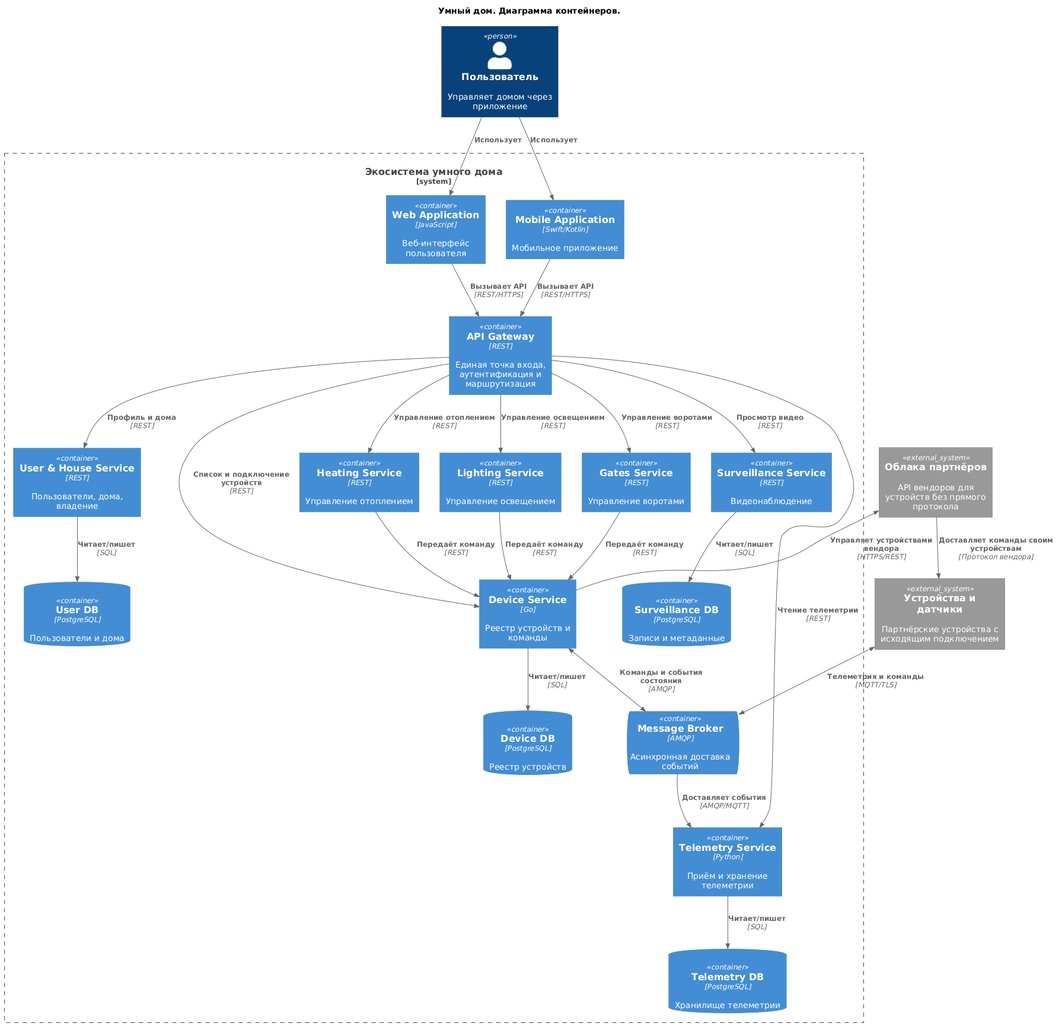
Above: docs/containers.png in navartis/s1-architecture-pro-warmhouse (PlantUML), before the change.
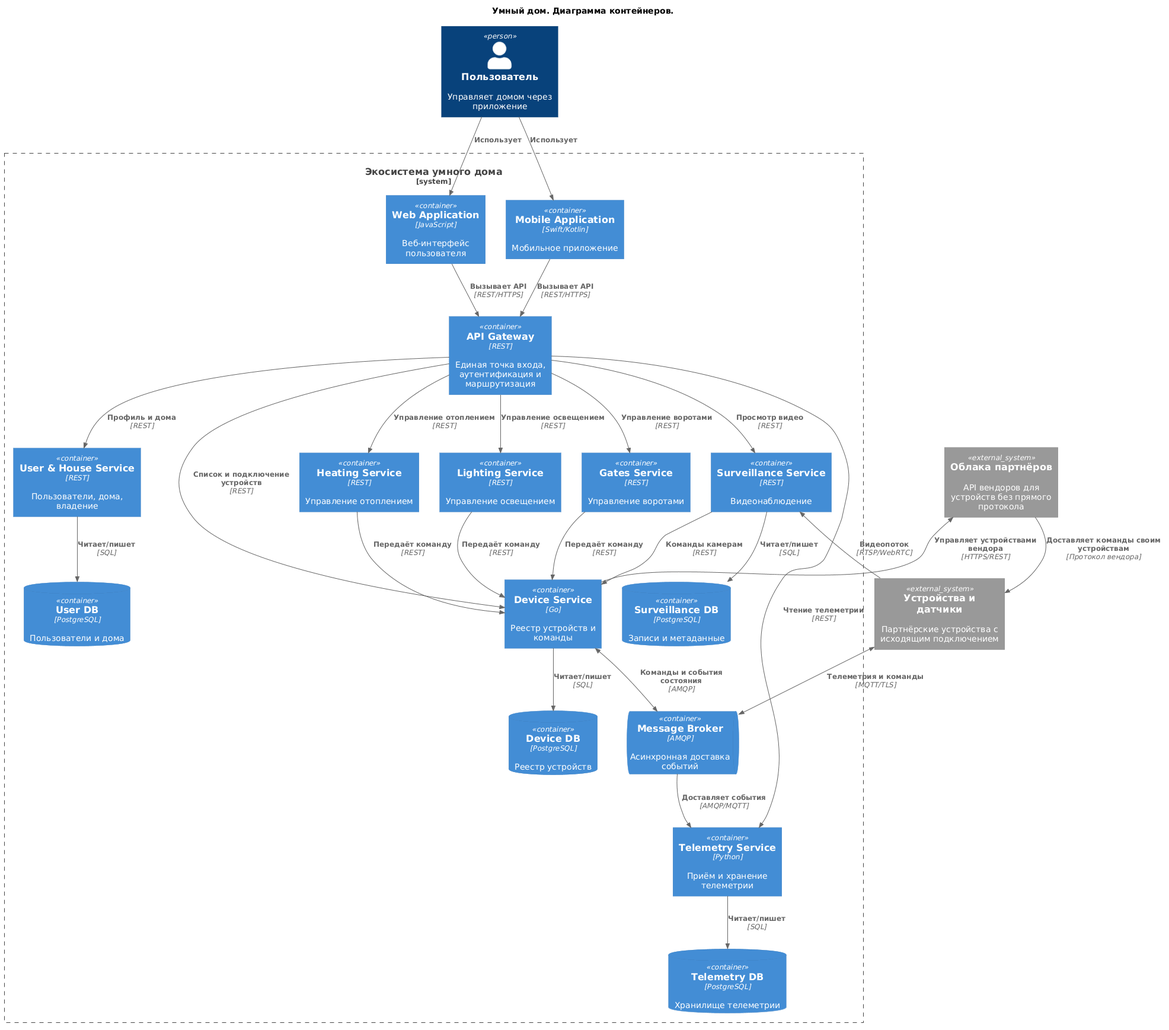
The same file after the commit.

Commit message:
Fix bug inside containers diagram

The edit, as a diff of the source:
```diff
@@ -49,6 +49,8 @@
 Rel(heating, device, "Передаёт команду", "REST")
 Rel(lighting, device, "Передаёт команду", "REST")
 Rel(gates, device, "Передаёт команду", "REST")
+Rel(surveillance, device, "Команды камерам", "REST")
+Rel(devices, surveillance, "Видеопоток", "RTSP/WebRTC")
 
 BiRel(device, broker, "Команды и события состояния", "AMQP")
 Rel(device, partner_cloud, "Управляет устройствами вендора", "HTTPS/REST")
```
